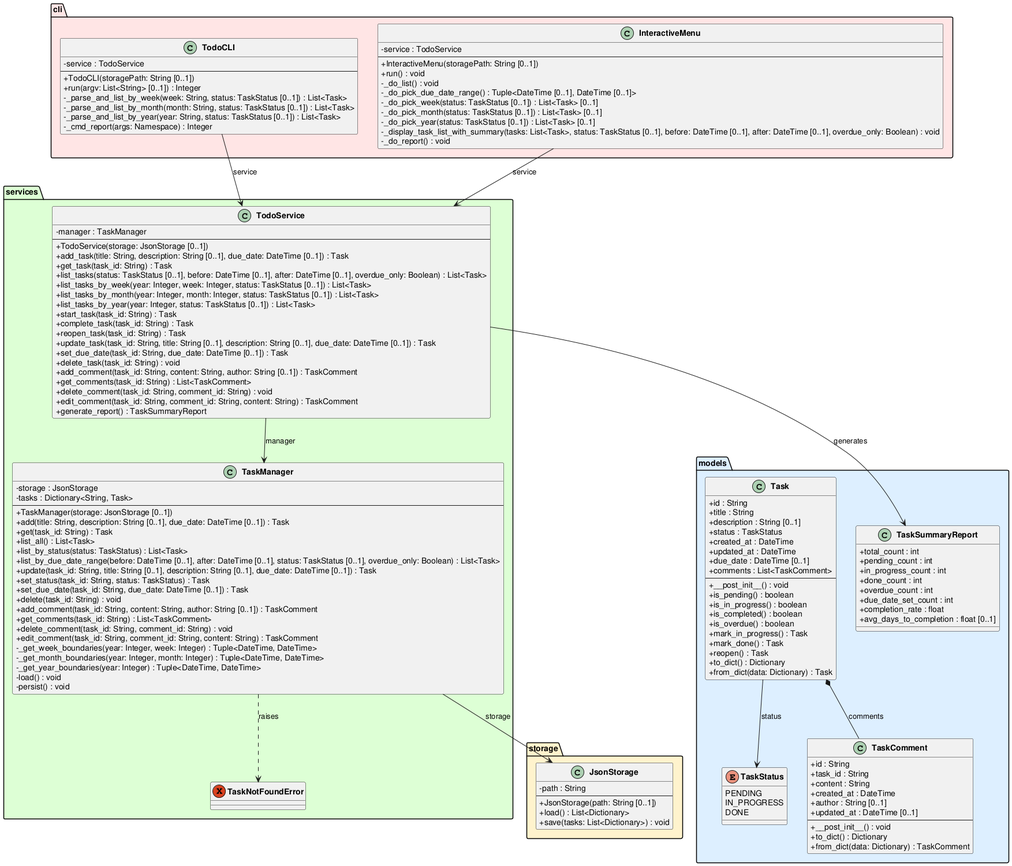
Earlier version of the PlantUML export experiments/pipeline/user_stories/TODO/artifacts/class_diagram.png (DanielRiha8906/Software_autoevolution_using_agents).
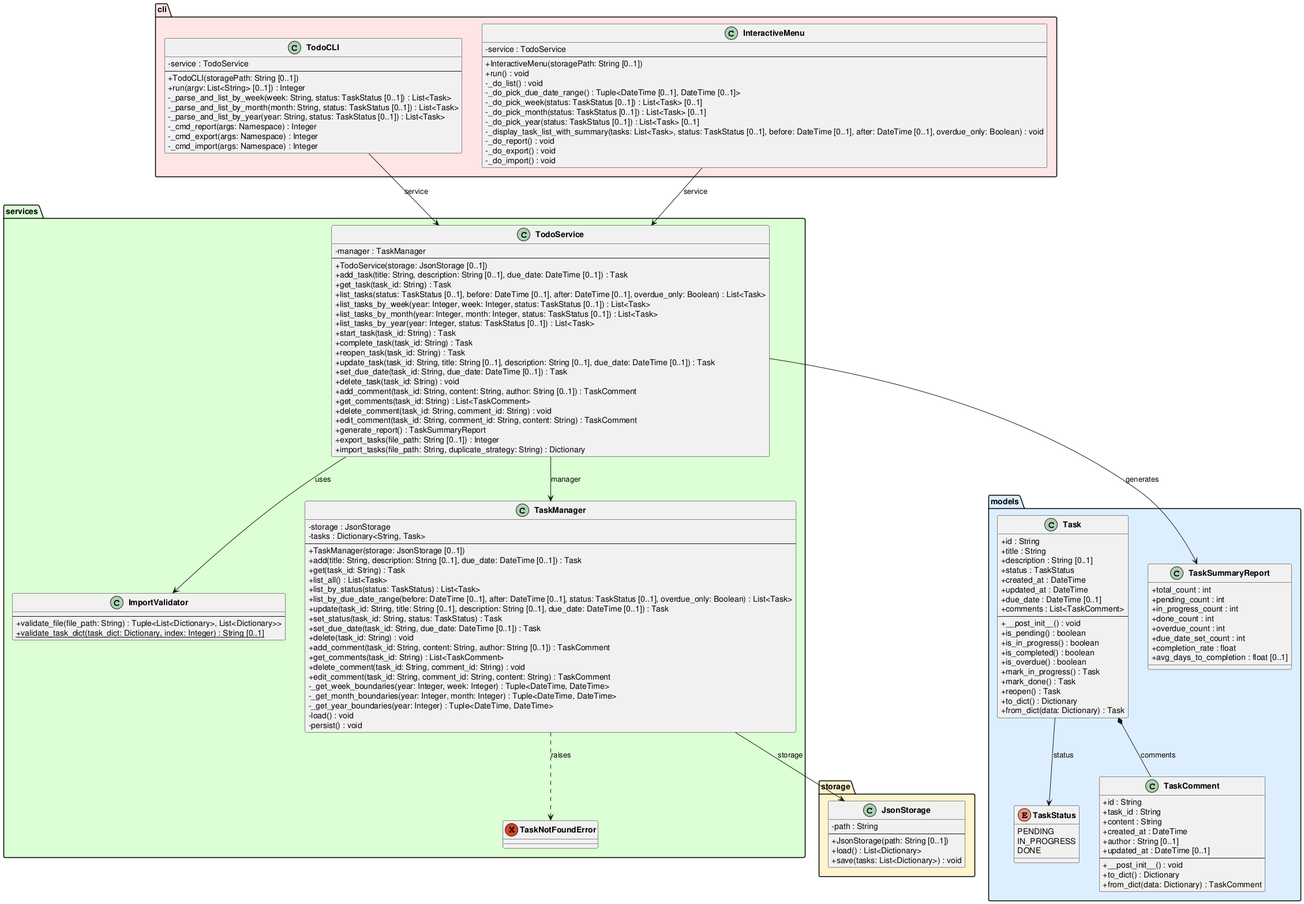
The same file after the commit.

What changed in the source:
```diff
@@ -70,6 +70,12 @@
 package "services" #DDFFD4 {
     exception TaskNotFoundError
 
+    class ImportValidator {
+        --
+        +validate_file(file_path: String) : Tuple<List<Dictionary>, List<Dictionary>>
+        +{static} validate_task_dict(task_dict: Dictionary, index: Integer) : String [0..1]
+    }
+
     class TaskManager {
         -storage : JsonStorage
         -tasks : Dictionary<String, Task>
@@ -116,6 +122,8 @@
         +delete_comment(task_id: String, comment_id: String) : void
         +edit_comment(task_id: String, comment_id: String, content: String) : TaskComment
         +generate_report() : TaskSummaryReport
+        +export_tasks(file_path: String [0..1]) : Integer
+        +import_tasks(file_path: String, duplicate_strategy: String) : Dictionary
     }
 }
 
@@ -129,6 +137,8 @@
         -_parse_and_list_by_month(month: String, status: TaskStatus [0..1]) : List<Task>
         -_parse_and_list_by_year(year: String, status: TaskStatus [0..1]) : List<Task>
         -_cmd_report(args: Namespace) : Integer
+        -_cmd_export(args: Namespace) : Integer
+        -_cmd_import(args: Namespace) : Integer
     }
 
     class InteractiveMenu {
@@ -143,6 +153,8 @@
         -_do_pick_year(status: TaskStatus [0..1]) : List<Task> [0..1]
         -_display_task_list_with_summary(tasks: List<Task>, status: TaskStatus [0..1], before: DateTime [0..1], after: DateTime [0..1], overdue_only: Boolean) : void
         -_do_report() : void
+        -_do_export() : void
+        -_do_import() : void
     }
 }
 
@@ -152,6 +164,7 @@
 TaskManager --> JsonStorage : storage
 TaskManager ..> TaskNotFoundError : raises
 TodoService --> TaskManager : manager
+TodoService --> ImportValidator : uses
 TodoCLI --> TodoService : service
 InteractiveMenu --> TodoService : service
 
```
